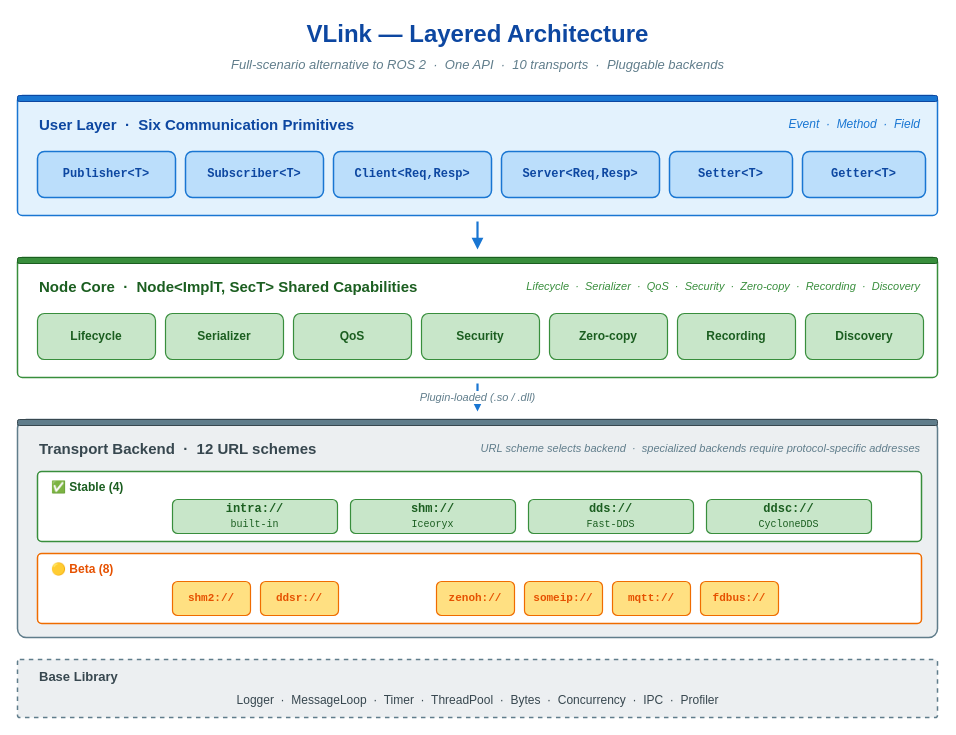
Earlier version of the draw.io diagram doc/images/readme-architecture.drawio (thun-res/vlink). Source tidied: cells renumbered, new cells numbered last; positions are measured from the earlier drawing's top-left corner, leaving out a move shared by most shapes. Both pictures are drawn from the tidied source at 100%, with x=0, y=0 at pixel (17, 17).
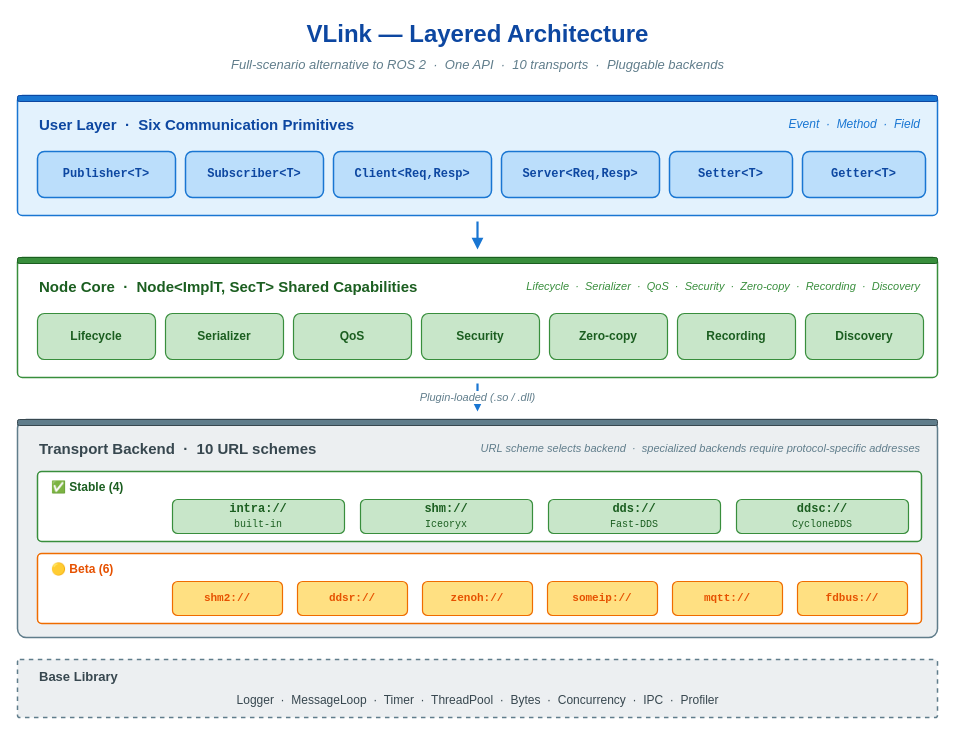
After the change.

What changed in the source:
```diff
@@
-    <mxCell id="29" value="Transport Backend  ·  12 URL schemes" style="text;html=1;align=left;verticalAlign=middle;strokeColor=none;fillColor=none;fontFamily=Helvetica;fontSize=15;fontStyle=1;fontColor=#37474f;shadow=0;" parent="1" vertex="1">
+    <mxCell id="29" value="Transport Backend  ·  10 URL schemes" style="text;html=1;align=left;verticalAlign=middle;strokeColor=none;fillColor=none;fontFamily=Helvetica;fontSize=15;fontStyle=1;fontColor=#37474f;shadow=0;" parent="1" vertex="1">
       <mxGeometry x="20" y="418" width="400" height="26" as="geometry" />
     </mxCell>
@@
     <mxCell id="33" value="&lt;b&gt;intra://&lt;/b&gt;&lt;br/&gt;&lt;span style=&quot;font-size:10px&quot;&gt;built-in&lt;/span&gt;" style="rounded=1;whiteSpace=wrap;html=1;fillColor=#c8e6c9;strokeColor=#388e3c;strokeWidth=1.2;fontSize=12;fontFamily=Courier New;fontColor=#1b5e20;align=center;shadow=0;" parent="1" vertex="1">
-      <mxGeometry x="155" y="482" width="165" height="34" as="geometry" />
+      <mxGeometry x="155" y="482" width="172" height="34" as="geometry" />
     </mxCell>
     <mxCell id="34" value="&lt;b&gt;shm://&lt;/b&gt;&lt;br/&gt;&lt;span style=&quot;font-size:10px&quot;&gt;Iceoryx&lt;/span&gt;" style="rounded=1;whiteSpace=wrap;html=1;fillColor=#c8e6c9;strokeColor=#388e3c;strokeWidth=1.2;fontSize=12;fontFamily=Courier New;fontColor=#1b5e20;align=center;shadow=0;" parent="1" vertex="1">
-      <mxGeometry x="333" y="482" width="165" height="34" as="geometry" />
+      <mxGeometry x="343" y="482" width="172" height="34" as="geometry" />
     </mxCell>
     <mxCell id="35" value="&lt;b&gt;dds://&lt;/b&gt;&lt;br/&gt;&lt;span style=&quot;font-size:10px&quot;&gt;Fast-DDS&lt;/span&gt;" style="rounded=1;whiteSpace=wrap;html=1;fillColor=#c8e6c9;strokeColor=#388e3c;strokeWidth=1.2;fontSize=12;fontFamily=Courier New;fontColor=#1b5e20;align=center;shadow=0;" parent="1" vertex="1">
-      <mxGeometry x="511" y="482" width="165" height="34" as="geometry" />
+      <mxGeometry x="531" y="482" width="172" height="34" as="geometry" />
     </mxCell>
     <mxCell id="36" value="&lt;b&gt;ddsc://&lt;/b&gt;&lt;br/&gt;&lt;span style=&quot;font-size:10px&quot;&gt;CycloneDDS&lt;/span&gt;" style="rounded=1;whiteSpace=wrap;html=1;fillColor=#c8e6c9;strokeColor=#388e3c;strokeWidth=1.2;fontSize=12;fontFamily=Courier New;fontColor=#1b5e20;align=center;shadow=0;" parent="1" vertex="1">
-      <mxGeometry x="689" y="482" width="165" height="34" as="geometry" />
+      <mxGeometry x="719" y="482" width="172" height="34" as="geometry" />
     </mxCell>
@@
-    <mxCell id="38" value="🟡 Beta (8)" style="text;html=1;align=left;verticalAlign=middle;strokeColor=none;fillColor=none;fontFamily=Helvetica;fontSize=12;fontStyle=1;fontColor=#e65100;shadow=0;" parent="1" vertex="1">
+    <mxCell id="38" value="🟡 Beta (6)" style="text;html=1;align=left;verticalAlign=middle;strokeColor=none;fillColor=none;fontFamily=Helvetica;fontSize=12;fontStyle=1;fontColor=#e65100;shadow=0;" parent="1" vertex="1">
       <mxGeometry x="32" y="542" width="110" height="20" as="geometry" />
     </mxCell>
     <mxCell id="39" value="&lt;b&gt;shm2://&lt;/b&gt;" style="rounded=1;whiteSpace=wrap;html=1;fillColor=#ffe082;strokeColor=#ef6c00;strokeWidth=1.2;fontSize=11;fontFamily=Courier New;fontColor=#e65100;align=center;shadow=0;" parent="1" vertex="1">
-      <mxGeometry x="155" y="564" width="78" height="34" as="geometry" />
+      <mxGeometry x="155" y="564" width="110" height="34" as="geometry" />
     </mxCell>
     <mxCell id="40" value="&lt;b&gt;ddsr://&lt;/b&gt;" style="rounded=1;whiteSpace=wrap;html=1;fillColor=#ffe082;strokeColor=#ef6c00;strokeWidth=1.2;fontSize=11;fontFamily=Courier New;fontColor=#e65100;align=center;shadow=0;" parent="1" vertex="1">
-      <mxGeometry x="243" y="564" width="78" height="34" as="geometry" />
+      <mxGeometry x="280" y="564" width="110" height="34" as="geometry" />
     </mxCell>
     <mxCell id="41" value="&lt;b&gt;zenoh://&lt;/b&gt;" style="rounded=1;whiteSpace=wrap;html=1;fillColor=#ffe082;strokeColor=#ef6c00;strokeWidth=1.2;fontSize=11;fontFamily=Courier New;fontColor=#e65100;align=center;shadow=0;" parent="1" vertex="1">
-      <mxGeometry x="419" y="564" width="78" height="34" as="geometry" />
+      <mxGeometry x="405" y="564" width="110" height="34" as="geometry" />
     </mxCell>
     <mxCell id="42" value="&lt;b&gt;someip://&lt;/b&gt;" style="rounded=1;whiteSpace=wrap;html=1;fillColor=#ffe082;strokeColor=#ef6c00;strokeWidth=1.2;fontSize=11;fontFamily=Courier New;fontColor=#e65100;align=center;shadow=0;" parent="1" vertex="1">
-      <mxGeometry x="507" y="564" width="78" height="34" as="geometry" />
+      <mxGeometry x="530" y="564" width="110" height="34" as="geometry" />
     </mxCell>
     <mxCell id="43" value="&lt;b&gt;mqtt://&lt;/b&gt;" style="rounded=1;whiteSpace=wrap;html=1;fillColor=#ffe082;strokeColor=#ef6c00;strokeWidth=1.2;fontSize=11;fontFamily=Courier New;fontColor=#e65100;align=center;shadow=0;" parent="1" vertex="1">
-      <mxGeometry x="595" y="564" width="78" height="34" as="geometry" />
+      <mxGeometry x="655" y="564" width="110" height="34" as="geometry" />
     </mxCell>
     <mxCell id="44" value="&lt;b&gt;fdbus://&lt;/b&gt;" style="rounded=1;whiteSpace=wrap;html=1;fillColor=#ffe082;strokeColor=#ef6c00;strokeWidth=1.2;fontSize=11;fontFamily=Courier New;fontColor=#e65100;align=center;shadow=0;" parent="1" vertex="1">
-      <mxGeometry x="683" y="564" width="78" height="34" as="geometry" />
+      <mxGeometry x="780" y="564" width="110" height="34" as="geometry" />
     </mxCell>
```
